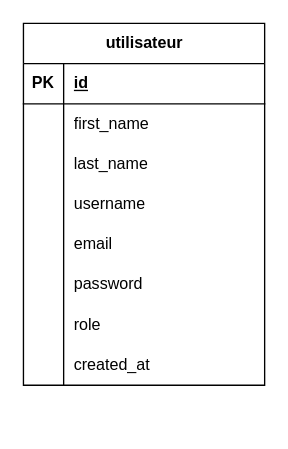
ousseinii/draw keeps this draw.io diagram as draw/mcd_app.drawio. Above is the earlier version. Source tidied: cells renumbered, new cells numbered last; positions are measured from the earlier drawing's top-left corner, leaving out a move shared by most shapes. Both pictures are drawn from the tidied source at 134%, with x=0, y=0 at pixel (23, 23).
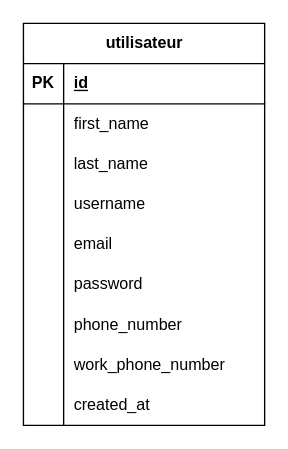
The same page after the edit.

Commit message:
Mettre à jour mcd_app.drawio

Unchanged cells that the change refers to:
```xml
<mxCell id="21" style="shape=tableRow;horizontal=0;startSize=0;swimlaneHead=0;swimlaneBody=0;fillColor=none;top=0;left=0;right=0;bottom=0;" parent="2" vertex="1">
  <mxGeometry y="210" width="180" height="30" as="geometry" />
</mxCell>
<mxCell id="24" style="shape=tableRow;horizontal=0;startSize=0;swimlaneHead=0;swimlaneBody=0;fillColor=none;top=0;left=0;right=0;bottom=0;" parent="2" vertex="1">
  <mxGeometry y="240" width="180" height="30" as="geometry" />
</mxCell>
```

Change to the diagram source:
```diff
@@
     <mxCell id="2" value="utilisateur" style="shape=table;startSize=30;childLayout=tableLayout;rowLines=0;fontStyle=1;align=center;html=1;" parent="1" vertex="1">
-      <mxGeometry width="180" height="270" as="geometry" />
+      <mxGeometry width="180" height="300" as="geometry" />
     </mxCell>
@@
-    <mxCell id="23" value="role" style="shape=partialRectangle;fillColor=none;top=0;left=0;bottom=0;right=0;align=left;spacingLeft=6;overflow=hidden;whiteSpace=wrap;html=1;" parent="21" vertex="1">
+    <mxCell id="23" value="phone_number" style="shape=partialRectangle;fillColor=none;top=0;left=0;bottom=0;right=0;align=left;spacingLeft=6;overflow=hidden;whiteSpace=wrap;html=1;" parent="21" vertex="1">
       <mxGeometry x="30" width="150" height="30" as="geometry" />
     </mxCell>
@@
-    <mxCell id="26" value="created_at" style="shape=partialRectangle;fillColor=none;top=0;left=0;bottom=0;right=0;align=left;spacingLeft=6;overflow=hidden;whiteSpace=wrap;html=1;" parent="24" vertex="1">
+    <mxCell id="26" value="work_phone_number" style="shape=partialRectangle;fillColor=none;top=0;left=0;bottom=0;right=0;align=left;spacingLeft=6;overflow=hidden;whiteSpace=wrap;html=1;" parent="24" vertex="1">
       <mxGeometry x="30" width="150" height="30" as="geometry" />
     </mxCell>
+    <mxCell id="27" style="shape=tableRow;horizontal=0;startSize=0;swimlaneHead=0;swimlaneBody=0;fillColor=none;top=0;left=0;right=0;bottom=0;" parent="2" vertex="1">
+      <mxGeometry y="270" width="180" height="30" as="geometry" />
+    </mxCell>
+    <mxCell id="28" style="shape=partialRectangle;fillColor=none;top=0;left=0;bottom=0;right=0;overflow=hidden;whiteSpace=wrap;html=1;" parent="27" vertex="1">
+      <mxGeometry width="30" height="30" as="geometry" />
+    </mxCell>
+    <mxCell id="29" value="created_at" style="shape=partialRectangle;fillColor=none;top=0;left=0;bottom=0;right=0;align=left;spacingLeft=6;overflow=hidden;whiteSpace=wrap;html=1;" parent="27" vertex="1">
+      <mxGeometry x="30" width="150" height="30" as="geometry" />
+    </mxCell>
```
